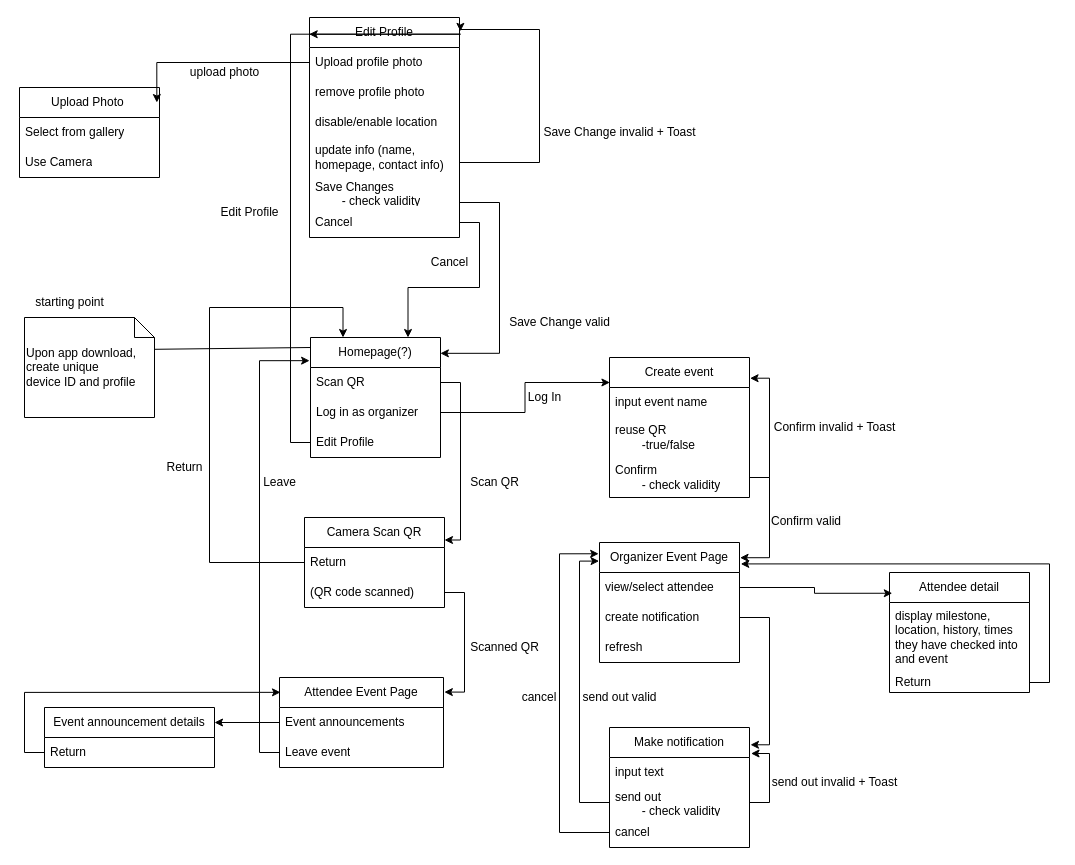
Above: Sequences.drawio in CMPUT301W24T20/Lins-Second-Strongest-Students (draw.io), before the change. Source tidied: cells renumbered, new cells numbered last; positions are measured from the earlier drawing's top-left corner, leaving out a move shared by most shapes. Both pictures are drawn from the tidied source at 100%, with x=0, y=0 at pixel (19, 17).
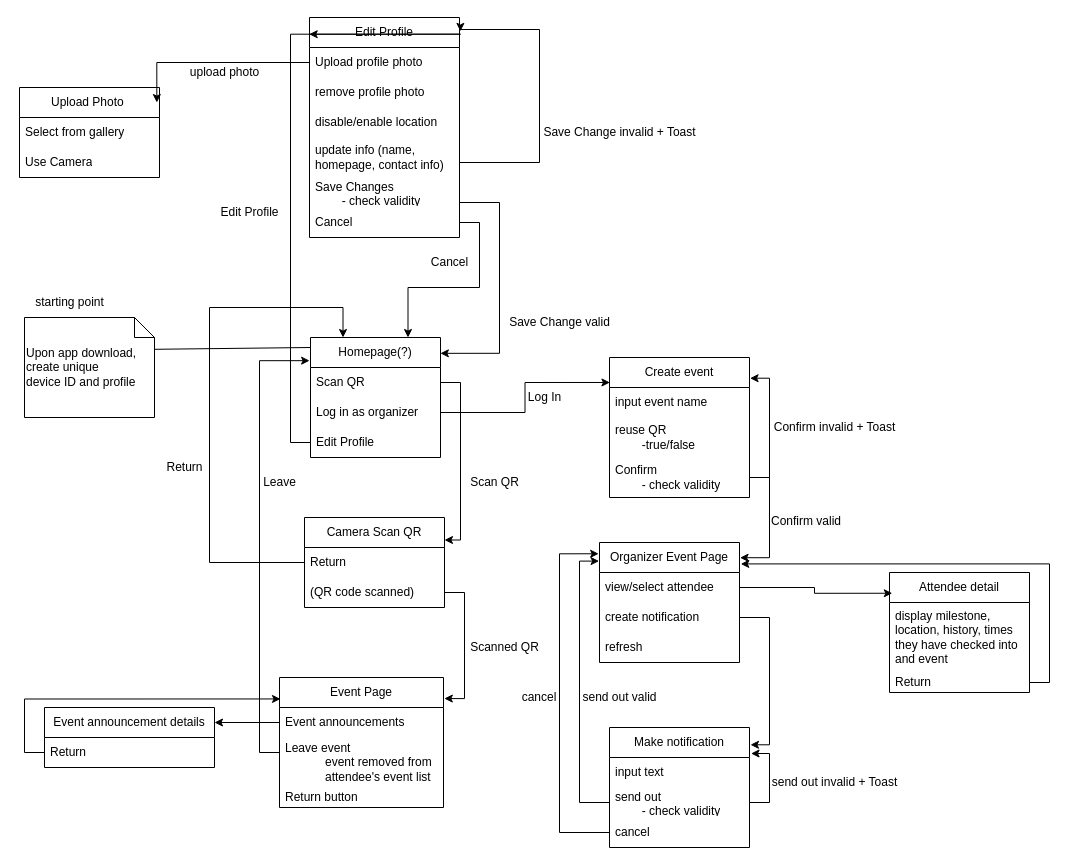
The same diagram, later.

What changed in the source:
```diff
@@
-    <mxCell id="32" value="Attendee Event Page" style="swimlane;fontStyle=0;horizontal=1;startSize=30;whiteSpace=wrap;html=1;" parent="1" vertex="1">
-      <mxGeometry x="260" y="660" width="164" height="90" as="geometry" />
+    <mxCell id="32" value="Event Page" style="swimlane;fontStyle=0;horizontal=1;startSize=30;whiteSpace=wrap;html=1;" parent="1" vertex="1">
+      <mxGeometry x="260" y="660" width="164" height="130" as="geometry" />
     </mxCell>
@@
-    <mxCell id="34" value="Leave event" style="text;strokeColor=none;fillColor=none;align=left;verticalAlign=middle;spacingLeft=4;spacingRight=4;overflow=hidden;points=[[0,0.5],[1,0.5]];portConstraint=eastwest;whiteSpace=wrap;html=1;" parent="32" vertex="1">
-      <mxGeometry y="60" width="164" height="30" as="geometry" />
+    <mxCell id="34" value="Leave event&lt;br&gt;&lt;blockquote style=&quot;margin: 0 0 0 40px; border: none; padding: 0px;&quot;&gt;event removed from attendee's event list&lt;/blockquote&gt;" style="text;strokeColor=none;fillColor=none;align=left;verticalAlign=middle;spacingLeft=4;spacingRight=4;overflow=hidden;points=[[0,0.5],[1,0.5]];portConstraint=eastwest;whiteSpace=wrap;html=1;" parent="32" vertex="1">
+      <mxGeometry y="60" width="164" height="50" as="geometry" />
     </mxCell>
+    <mxCell id="77" value="Return button" style="text;strokeColor=none;fillColor=none;align=left;verticalAlign=middle;spacingLeft=4;spacingRight=4;overflow=hidden;whiteSpace=wrap;html=1;" parent="32" vertex="1">
+      <mxGeometry y="110" width="164" height="20" as="geometry" />
+    </mxCell>
```
